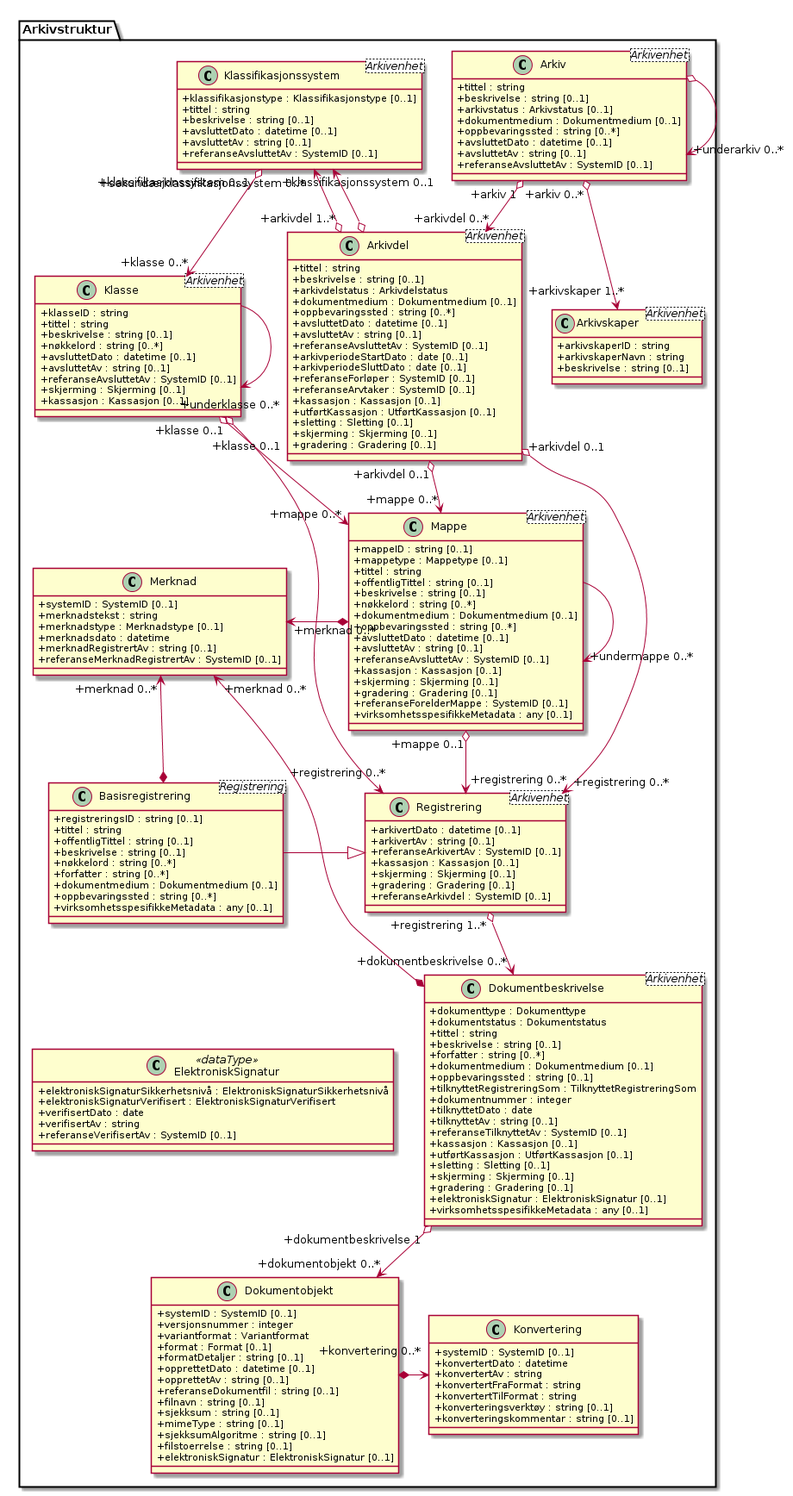
Before: kapitler/media/uml-arkivstruktur-attributter.png, a diagram exported from PlantUML (arkivverket/noark5-tjenestegrensesnitt-standard). Its diagram source:
```plantuml
@startuml
skinparam classAttributeIconSize 0

class Arkivstruktur.Arkivskaper <Arkivenhet> {
  +arkivskaperID : string
  +arkivskaperNavn : string
  +beskrivelse : string [0..1]
}
class Arkivstruktur.Arkiv <Arkivenhet> {
  +tittel : string
  +beskrivelse : string [0..1]
  +arkivstatus : Arkivstatus [0..1]
  +dokumentmedium : Dokumentmedium [0..1]
  +oppbevaringssted : string [0..*]
  +avsluttetDato : datetime [0..1]
  +avsluttetAv : string [0..1]
  +referanseAvsluttetAv : SystemID [0..1]
}
class Arkivstruktur.Klassifikasjonssystem <Arkivenhet> {
  +klassifikasjonstype : Klassifikasjonstype [0..1]
  +tittel : string
  +beskrivelse : string [0..1]
  +avsluttetDato : datetime [0..1]
  +avsluttetAv : string [0..1]
  +referanseAvsluttetAv : SystemID [0..1]
}
class Arkivstruktur.Klasse <Arkivenhet> {
  +klasseID : string
  +tittel : string
  +beskrivelse : string [0..1]
  +nøkkelord : string [0..*]
  +avsluttetDato : datetime [0..1]
  +avsluttetAv : string [0..1]
  +referanseAvsluttetAv : SystemID [0..1]
  +skjerming : Skjerming [0..1]
  +kassasjon : Kassasjon [0..1]
}
class Arkivstruktur.Arkivdel <Arkivenhet> {
  +tittel : string
  +beskrivelse : string [0..1]
  +arkivdelstatus : Arkivdelstatus
  +dokumentmedium : Dokumentmedium [0..1]
  +oppbevaringssted : string [0..*]
  +avsluttetDato : datetime [0..1]
  +avsluttetAv : string [0..1]
  +referanseAvsluttetAv : SystemID [0..1]
  +arkivperiodeStartDato : date [0..1]
  +arkivperiodeSluttDato : date [0..1]
  +referanseForløper : SystemID [0..1]
  +referanseArvtaker : SystemID [0..1]
  +kassasjon : Kassasjon [0..1]
  +utførtKassasjon : UtførtKassasjon [0..1]
  +sletting : Sletting [0..1]
  +skjerming : Skjerming [0..1]
  +gradering : Gradering [0..1]
}
class Arkivstruktur.Mappe <Arkivenhet> {
  +mappeID : string [0..1]
  +mappetype : Mappetype [0..1]
  +tittel : string
  +offentligTittel : string [0..1]
  +beskrivelse : string [0..1]
  +nøkkelord : string [0..*]
  +dokumentmedium : Dokumentmedium [0..1]
  +oppbevaringssted : string [0..*]
  +avsluttetDato : datetime [0..1]
  +avsluttetAv : string [0..1]
  +referanseAvsluttetAv : SystemID [0..1]
  +kassasjon : Kassasjon [0..1]
  +skjerming : Skjerming [0..1]
  +gradering : Gradering [0..1]
  +referanseForelderMappe : SystemID [0..1]
  +virksomhetsspesifikkeMetadata : any [0..1]
}
class Arkivstruktur.Merknad {
  +systemID : SystemID [0..1]
  +merknadstekst : string
  +merknadstype : Merknadstype [0..1]
  +merknadsdato : datetime
  +merknadRegistrertAv : string [0..1]
  +referanseMerknadRegistrertAv : SystemID [0..1]
}
class Arkivstruktur.Registrering <Arkivenhet> {
  +arkivertDato : datetime [0..1]
  +arkivertAv : string [0..1]
  +referanseArkivertAv : SystemID [0..1]
  +kassasjon : Kassasjon [0..1]
  +skjerming : Skjerming [0..1]
  +gradering : Gradering [0..1]
  +referanseArkivdel : SystemID [0..1]
}
class Arkivstruktur.Basisregistrering <Registrering> {
  +registreringsID : string [0..1]
  +tittel : string
  +offentligTittel : string [0..1]
  +beskrivelse : string [0..1]
  +nøkkelord : string [0..*]
  +forfatter : string [0..*]
  +dokumentmedium : Dokumentmedium [0..1]
  +oppbevaringssted : string [0..*]
  +virksomhetsspesifikkeMetadata : any [0..1]
}
class Arkivstruktur.Dokumentbeskrivelse <Arkivenhet> {
  +dokumenttype : Dokumenttype
  +dokumentstatus : Dokumentstatus
  +tittel : string
  +beskrivelse : string [0..1]
  +forfatter : string [0..*]
  +dokumentmedium : Dokumentmedium [0..1]
  +oppbevaringssted : string [0..1]
  +tilknyttetRegistreringSom : TilknyttetRegistreringSom
  +dokumentnummer : integer
  +tilknyttetDato : date
  +tilknyttetAv : string [0..1]
  +referanseTilknyttetAv : SystemID [0..1]
  +kassasjon : Kassasjon [0..1]
  +utførtKassasjon : UtførtKassasjon [0..1]
  +sletting : Sletting [0..1]
  +skjerming : Skjerming [0..1]
  +gradering : Gradering [0..1]
  +elektroniskSignatur : ElektroniskSignatur [0..1]
  +virksomhetsspesifikkeMetadata : any [0..1]
}
class Arkivstruktur.Dokumentobjekt {
  +systemID : SystemID [0..1]
  +versjonsnummer : integer
  +variantformat : Variantformat
  +format : Format [0..1]
  +formatDetaljer : string [0..1]
  +opprettetDato : datetime [0..1]
  +opprettetAv : string [0..1]
  +referanseDokumentfil : string [0..1]
  +filnavn : string [0..1]
  +sjekksum : string [0..1]
  +mimeType : string [0..1]
  +sjekksumAlgoritme : string [0..1]
  +filstoerrelse : string [0..1]
  +elektroniskSignatur : ElektroniskSignatur [0..1]
}
class Arkivstruktur.Konvertering {
  +systemID : SystemID [0..1]
  +konvertertDato : datetime
  +konvertertAv : string
  +konvertertFraFormat : string
  +konvertertTilFormat : string
  +konverteringsverktøy : string [0..1]
  +konverteringskommentar : string [0..1]
}
class Arkivstruktur.ElektroniskSignatur <<dataType>> {
  +elektroniskSignaturSikkerhetsnivå : ElektroniskSignaturSikkerhetsnivå
  +elektroniskSignaturVerifisert : ElektroniskSignaturVerifisert
  +verifisertDato : date
  +verifisertAv : string
  +referanseVerifisertAv : SystemID [0..1]
}

Arkivstruktur.Arkiv "+arkiv 0..*" o--> "+arkivskaper 1..*" Arkivstruktur.Arkivskaper
Arkivstruktur.Arkiv o--> "+underarkiv 0..*" Arkivstruktur.Arkiv
Arkivstruktur.Arkiv "+arkiv 1" o--> "+arkivdel 0..*" Arkivstruktur.Arkivdel
Arkivstruktur.Klassifikasjonssystem "+klassifikasjonssystem 0..1" <--o "+arkivdel 1..*" Arkivstruktur.Arkivdel
Arkivstruktur.Klassifikasjonssystem "+sekundærklassifikasjonssystem 0..*" <--o Arkivstruktur.Arkivdel

Arkivstruktur.Klassifikasjonssystem "+klassifikasjonssystem 0..1" o--> "+klasse 0..*" Arkivstruktur.Klasse
Arkivstruktur.Arkivdel "+arkivdel 0..1" o--> "+mappe 0..*" Arkivstruktur.Mappe
Arkivstruktur.Arkivdel "+arkivdel 0..1" o--> "+registrering 0..*" Arkivstruktur.Registrering
Arkivstruktur.Klasse "+klasse 0..1" o--> "+mappe 0..*" Arkivstruktur.Mappe
Arkivstruktur.Klasse "+klasse 0..1" o--> "+registrering 0..*" Arkivstruktur.Registrering
Arkivstruktur.Klasse --> "+underklasse 0..*" Arkivstruktur.Klasse
Arkivstruktur.Mappe --> "+undermappe 0..*" Arkivstruktur.Mappe
Arkivstruktur.Mappe "+mappe 0..1" o--> "+registrering 0..*" Arkivstruktur.Registrering
Arkivstruktur.Merknad "+merknad 0..*" <-* Arkivstruktur.Mappe
Arkivstruktur.Merknad "+merknad 0..*" <--* Arkivstruktur.Dokumentbeskrivelse
Arkivstruktur.Basisregistrering -|> Arkivstruktur.Registrering
Arkivstruktur.Merknad "+merknad 0..*" <--* Arkivstruktur.Basisregistrering
Arkivstruktur.Registrering "+registrering 1..*" o--> "+dokumentbeskrivelse 0..*" Arkivstruktur.Dokumentbeskrivelse
Arkivstruktur.Dokumentbeskrivelse "+dokumentbeskrivelse 1" o--> "+dokumentobjekt 0..*" Arkivstruktur.Dokumentobjekt
Arkivstruktur.Dokumentobjekt *-> "+konvertering 0..*" Arkivstruktur.Konvertering
Arkivstruktur.ElektroniskSignatur -[hidden]-> Arkivstruktur.Dokumentobjekt
@enduml
```
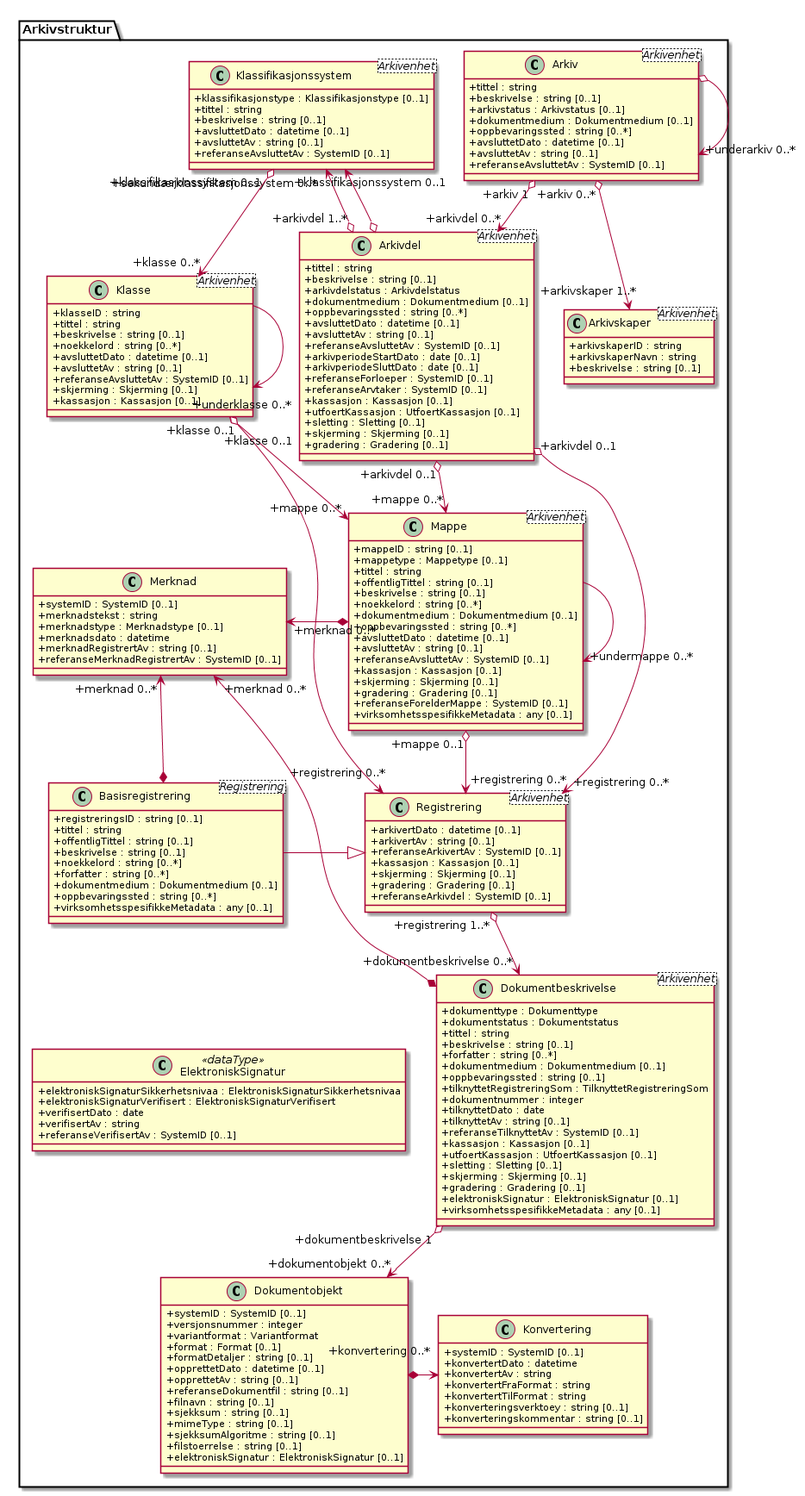
The same file after the commit.

What changed in the source:
```diff
@@ -28,7 +28,7 @@
   +klasseID : string
   +tittel : string
   +beskrivelse : string [0..1]
-  +nøkkelord : string [0..*]
+  +noekkelord : string [0..*]
   +avsluttetDato : datetime [0..1]
   +avsluttetAv : string [0..1]
   +referanseAvsluttetAv : SystemID [0..1]
@@ -46,10 +46,10 @@
   +referanseAvsluttetAv : SystemID [0..1]
   +arkivperiodeStartDato : date [0..1]
   +arkivperiodeSluttDato : date [0..1]
-  +referanseForløper : SystemID [0..1]
+  +referanseForloeper : SystemID [0..1]
   +referanseArvtaker : SystemID [0..1]
   +kassasjon : Kassasjon [0..1]
-  +utførtKassasjon : UtførtKassasjon [0..1]
+  +utfoertKassasjon : UtfoertKassasjon [0..1]
   +sletting : Sletting [0..1]
   +skjerming : Skjerming [0..1]
   +gradering : Gradering [0..1]
@@ -60,7 +60,7 @@
   +tittel : string
   +offentligTittel : string [0..1]
   +beskrivelse : string [0..1]
-  +nøkkelord : string [0..*]
+  +noekkelord : string [0..*]
   +dokumentmedium : Dokumentmedium [0..1]
   +oppbevaringssted : string [0..*]
   +avsluttetDato : datetime [0..1]
@@ -94,7 +94,7 @@
   +tittel : string
   +offentligTittel : string [0..1]
   +beskrivelse : string [0..1]
-  +nøkkelord : string [0..*]
+  +noekkelord : string [0..*]
   +forfatter : string [0..*]
   +dokumentmedium : Dokumentmedium [0..1]
   +oppbevaringssted : string [0..*]
@@ -114,7 +114,7 @@
   +tilknyttetAv : string [0..1]
   +referanseTilknyttetAv : SystemID [0..1]
   +kassasjon : Kassasjon [0..1]
-  +utførtKassasjon : UtførtKassasjon [0..1]
+  +utfoertKassasjon : UtfoertKassasjon [0..1]
   +sletting : Sletting [0..1]
   +skjerming : Skjerming [0..1]
   +gradering : Gradering [0..1]
@@ -143,11 +143,11 @@
   +konvertertAv : string
   +konvertertFraFormat : string
   +konvertertTilFormat : string
-  +konverteringsverktøy : string [0..1]
+  +konverteringsverktoey : string [0..1]
   +konverteringskommentar : string [0..1]
 }
 class Arkivstruktur.ElektroniskSignatur <<dataType>> {
-  +elektroniskSignaturSikkerhetsnivå : ElektroniskSignaturSikkerhetsnivå
+  +elektroniskSignaturSikkerhetsnivaa : ElektroniskSignaturSikkerhetsnivaa
   +elektroniskSignaturVerifisert : ElektroniskSignaturVerifisert
   +verifisertDato : date
   +verifisertAv : string
```
